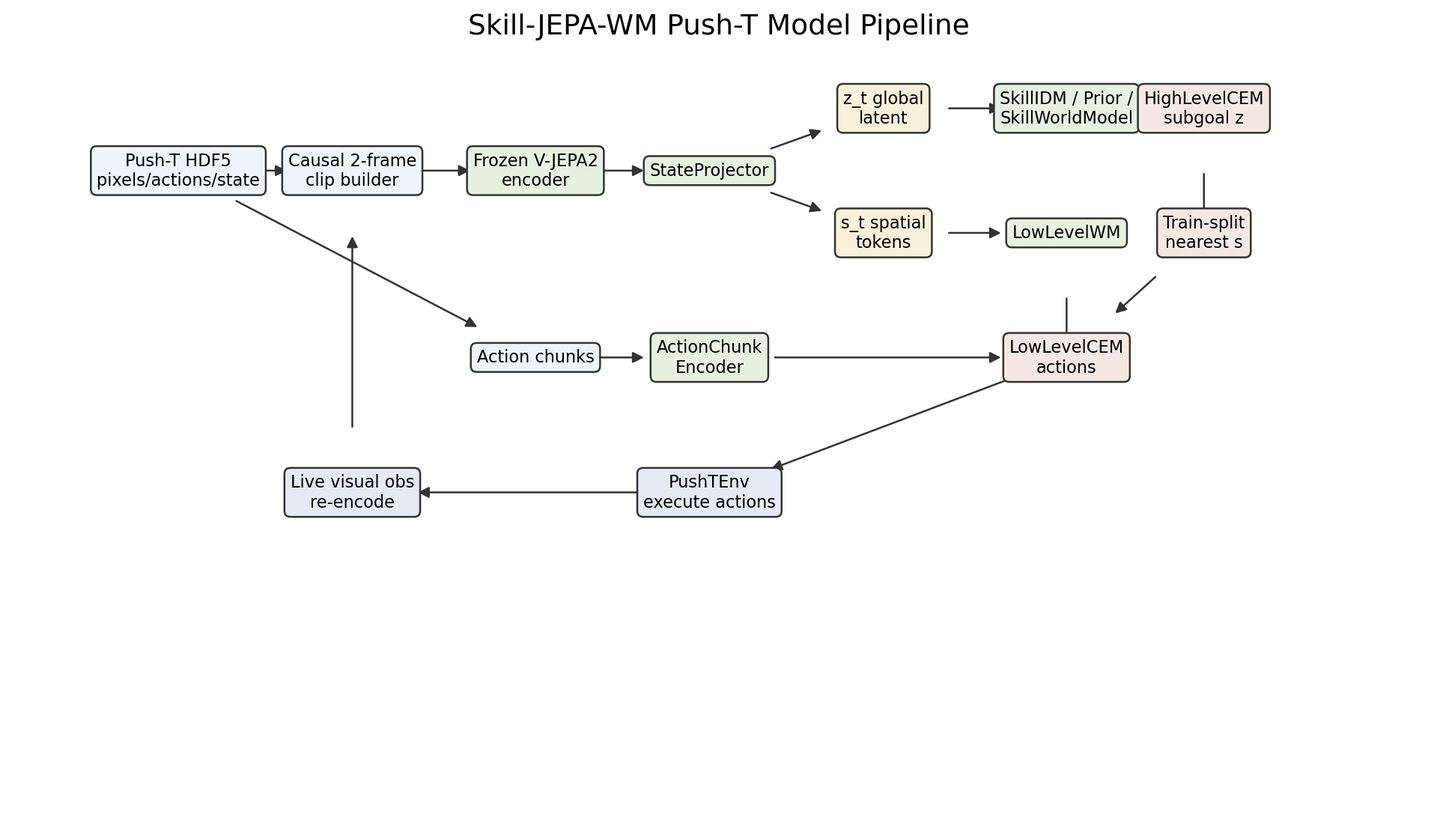
The Mermaid diagram docs/architecture/model_pipeline.png in YichengDraw/skill-jepa-wm-pusht, before a commit. Its source is kept beside it as docs/architecture/model_pipeline.mmd.
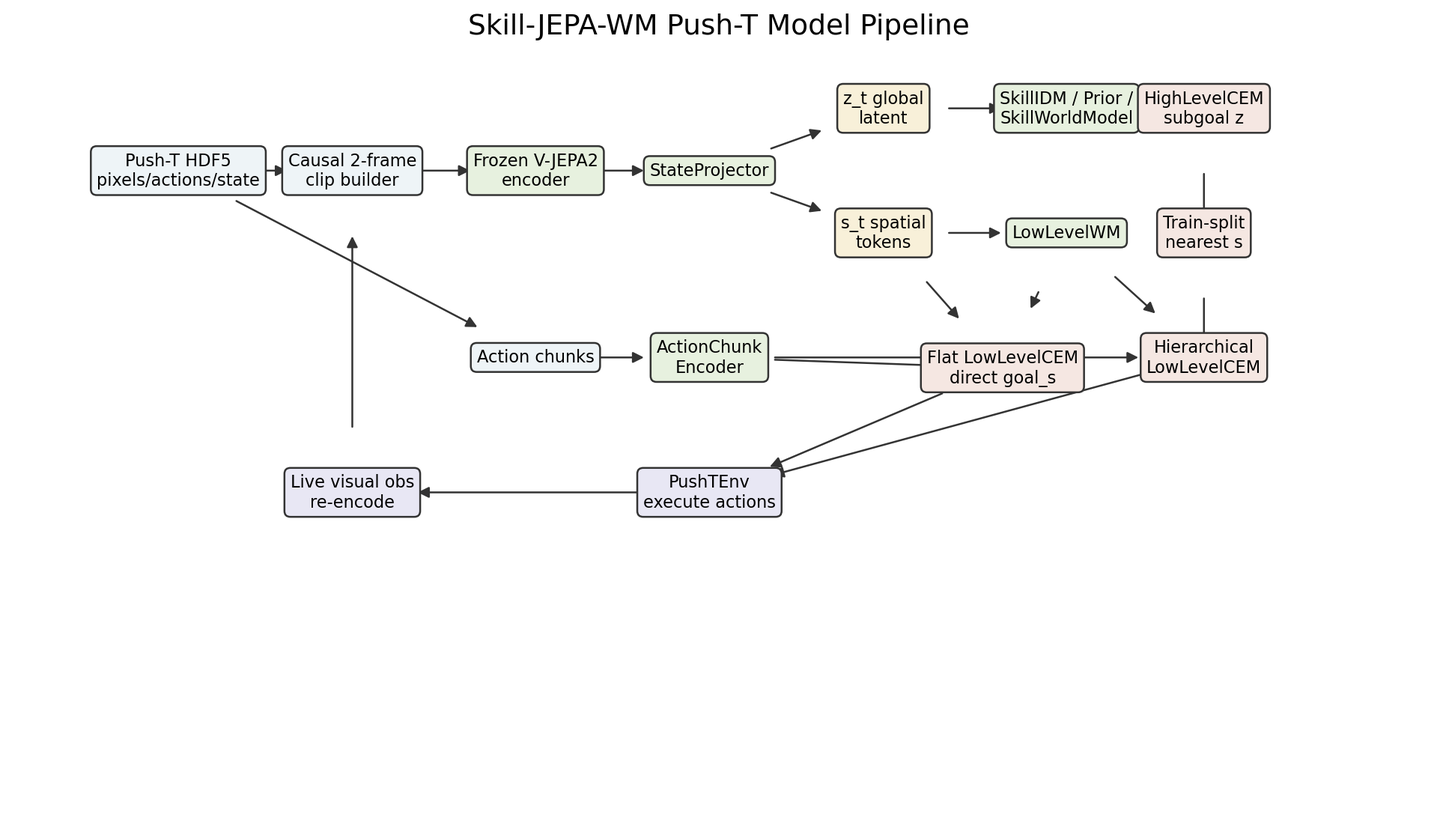
After the commit.

Change to the diagram source:
```diff
@@ -10,9 +10,13 @@
   actions --> actionenc["ActionChunkEncoder"]
   skill --> highcem["HighLevelCEM: skill sequence to subgoal z"]
   highcem --> resolver["Train-split nearest cached s"]
-  resolver --> lowcem["LowLevelCEM: action sequence"]
-  lowwm --> lowcem
-  actionenc --> lowcem
-  lowcem --> env["Execute first actions in PushTEnv"]
+  resolver --> hierlow["Hierarchical LowLevelCEM"]
+  s --> flatlow["Flat LowLevelCEM with goal_s"]
+  lowwm --> hierlow
+  lowwm --> flatlow
+  actionenc --> hierlow
+  actionenc --> flatlow
+  hierlow --> env["Execute first actions in PushTEnv"]
+  flatlow --> env
   env --> live["Live visual observation"]
   live --> clips
```
